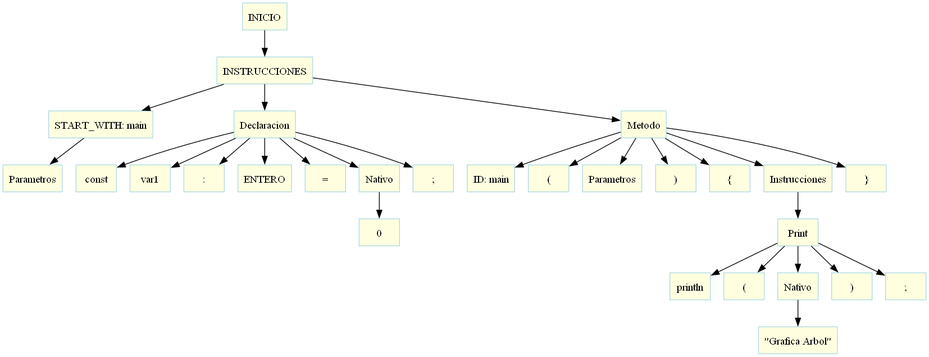
riverroman/OLC1_VJ24_202100096 keeps this Graphviz diagram as Analyzer/arbolAST.png. Above is the earlier version. Its source is kept beside it as Analyzer/arbolAST.dot.
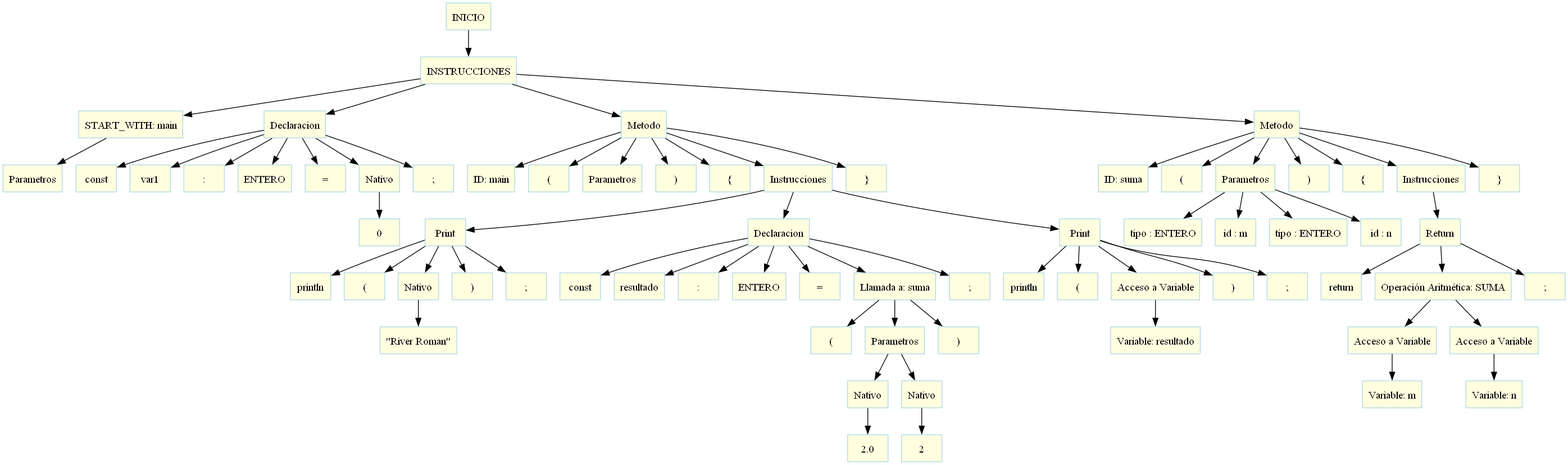
After the commit.

What changed in the source:
```diff
@@ -50,13 +50,97 @@
 n20 -> n22;
 n23[label="Nativo", shape=box, style="filled", color="lightblue", fillcolor="lightyellow", fontcolor="black"];
 n20 -> n23;
-n24[label="\"Grafica Arbol\"", shape=box, style="filled", color="lightblue", fillcolor="lightyellow", fontcolor="black"];
+n24[label="\"River Roman\"", shape=box, style="filled", color="lightblue", fillcolor="lightyellow", fontcolor="black"];
 n23 -> n24;
 n25[label=")", shape=box, style="filled", color="lightblue", fillcolor="lightyellow", fontcolor="black"];
 n20 -> n25;
 n26[label=";", shape=box, style="filled", color="lightblue", fillcolor="lightyellow", fontcolor="black"];
 n20 -> n26;
-n27[label="}", shape=box, style="filled", color="lightblue", fillcolor="lightyellow", fontcolor="black"];
-n13 -> n27;
+n27[label="Declaracion", shape=box, style="filled", color="lightblue", fillcolor="lightyellow", fontcolor="black"];
+n19 -> n27;
+n28[label="const", shape=box, style="filled", color="lightblue", fillcolor="lightyellow", fontcolor="black"];
+n27 -> n28;
+n29[label="resultado", shape=box, style="filled", color="lightblue", fillcolor="lightyellow", fontcolor="black"];
+n27 -> n29;
+n30[label=":", shape=box, style="filled", color="lightblue", fillcolor="lightyellow", fontcolor="black"];
+n27 -> n30;
+n31[label="ENTERO", shape=box, style="filled", color="lightblue", fillcolor="lightyellow", fontcolor="black"];
+n27 -> n31;
+n32[label="=", shape=box, style="filled", color="lightblue", fillcolor="lightyellow", fontcolor="black"];
+n27 -> n32;
+n33[label="Llamada a: suma", shape=box, style="filled", color="lightblue", fillcolor="lightyellow", fontcolor="black"];
+n27 -> n33;
+n34[label="(", shape=box, style="filled", color="lightblue", fillcolor="lightyellow", fontcolor="black"];
+n33 -> n34;
+n35[label="Parametros", shape=box, style="filled", color="lightblue", fillcolor="lightyellow", fontcolor="black"];
+n33 -> n35;
+n36[label="Nativo", shape=box, style="filled", color="lightblue", fillcolor="lightyellow", fontcolor="black"];
+n35 -> n36;
+n37[label="2.0", shape=box, style="filled", color="lightblue", fillcolor="lightyellow", fontcolor="black"];
+n36 -> n37;
+n38[label="Nativo", shape=box, style="filled", color="lightblue", fillcolor="lightyellow", fontcolor="black"];
+n35 -> n38;
+n39[label="2", shape=box, style="filled", color="lightblue", fillcolor="lightyellow", fontcolor="black"];
+n38 -> n39;
+n40[label=")", shape=box, style="filled", color="lightblue", fillcolor="lightyellow", fontcolor="black"];
+n33 -> n40;
+n41[label=";", shape=box, style="filled", color="lightblue", fillcolor="lightyellow", fontcolor="black"];
+n27 -> n41;
+n42[label="Print", shape=box, style="filled", color="lightblue", fillcolor="lightyellow", fontcolor="black"];
+n19 -> n42;
+n43[label="println", shape=box, style="filled", color="lightblue", fillcolor="lightyellow", fontcolor="black"];
+n42 -> n43;
+n44[label="(", shape=box, style="filled", color="lightblue", fillcolor="lightyellow", fontcolor="black"];
+n42 -> n44;
+n45[label="Acceso a Variable", shape=box, style="filled", color="lightblue", fillcolor="lightyellow", fontcolor="black"];
+n42 -> n45;
+n46[label="Variable: resultado", shape=box, style="filled", color="lightblue", fillcolor="lightyellow", fontcolor="black"];
+n45 -> n46;
+n47[label=")", shape=box, style="filled", color="lightblue", fillcolor="lightyellow", fontcolor="black"];
+n42 -> n47;
+n48[label=";", shape=box, style="filled", color="lightblue", fillcolor="lightyellow", fontcolor="black"];
+n42 -> n48;
+n49[label="}", shape=box, style="filled", color="lightblue", fillcolor="lightyellow", fontcolor="black"];
+n13 -> n49;
+n50[label="Metodo", shape=box, style="filled", color="lightblue", fillcolor="lightyellow", fontcolor="black"];
+n1 -> n50;
+n51[label="ID: suma", shape=box, style="filled", color="lightblue", fillcolor="lightyellow", fontcolor="black"];
+n50 -> n51;
+n52[label="(", shape=box, style="filled", color="lightblue", fillcolor="lightyellow", fontcolor="black"];
+n50 -> n52;
+n53[label="Parametros", shape=box, style="filled", color="lightblue", fillcolor="lightyellow", fontcolor="black"];
+n50 -> n53;
+n54[label="tipo : ENTERO", shape=box, style="filled", color="lightblue", fillcolor="lightyellow", fontcolor="black"];
+n53 -> n54;
+n55[label="id : m", shape=box, style="filled", color="lightblue", fillcolor="lightyellow", fontcolor="black"];
+n53 -> n55;
+n56[label="tipo : ENTERO", shape=box, style="filled", color="lightblue", fillcolor="lightyellow", fontcolor="black"];
+n53 -> n56;
+n57[label="id : n", shape=box, style="filled", color="lightblue", fillcolor="lightyellow", fontcolor="black"];
+n53 -> n57;
+n58[label=")", shape=box, style="filled", color="lightblue", fillcolor="lightyellow", fontcolor="black"];
+n50 -> n58;
+n59[label="{", shape=box, style="filled", color="lightblue", fillcolor="lightyellow", fontcolor="black"];
+n50 -> n59;
+n60[label="Instrucciones", shape=box, style="filled", color="lightblue", fillcolor="lightyellow", fontcolor="black"];
+n50 -> n60;
+n61[label="Return", shape=box, style="filled", color="lightblue", fillcolor="lightyellow", fontcolor="black"];
+n60 -> n61;
+n62[label="return", shape=box, style="filled", color="lightblue", fillcolor="lightyellow", fontcolor="black"];
+n61 -> n62;
+n63[label="Operación Aritmética: SUMA", shape=box, style="filled", color="lightblue", fillcolor="lightyellow", fontcolor="black"];
+n61 -> n63;
+n64[label="Acceso a Variable", shape=box, style="filled", color="lightblue", fillcolor="lightyellow", fontcolor="black"];
+n63 -> n64;
+n65[label="Variable: m", shape=box, style="filled", color="lightblue", fillcolor="lightyellow", fontcolor="black"];
+n64 -> n65;
+n66[label="Acceso a Variable", shape=box, style="filled", color="lightblue", fillcolor="lightyellow", fontcolor="black"];
+n63 -> n66;
+n67[label="Variable: n", shape=box, style="filled", color="lightblue", fillcolor="lightyellow", fontcolor="black"];
+n66 -> n67;
+n68[label=";", shape=box, style="filled", color="lightblue", fillcolor="lightyellow", fontcolor="black"];
+n61 -> n68;
+n69[label="}", shape=box, style="filled", color="lightblue", fillcolor="lightyellow", fontcolor="black"];
+n50 -> n69;
 
 }
```
